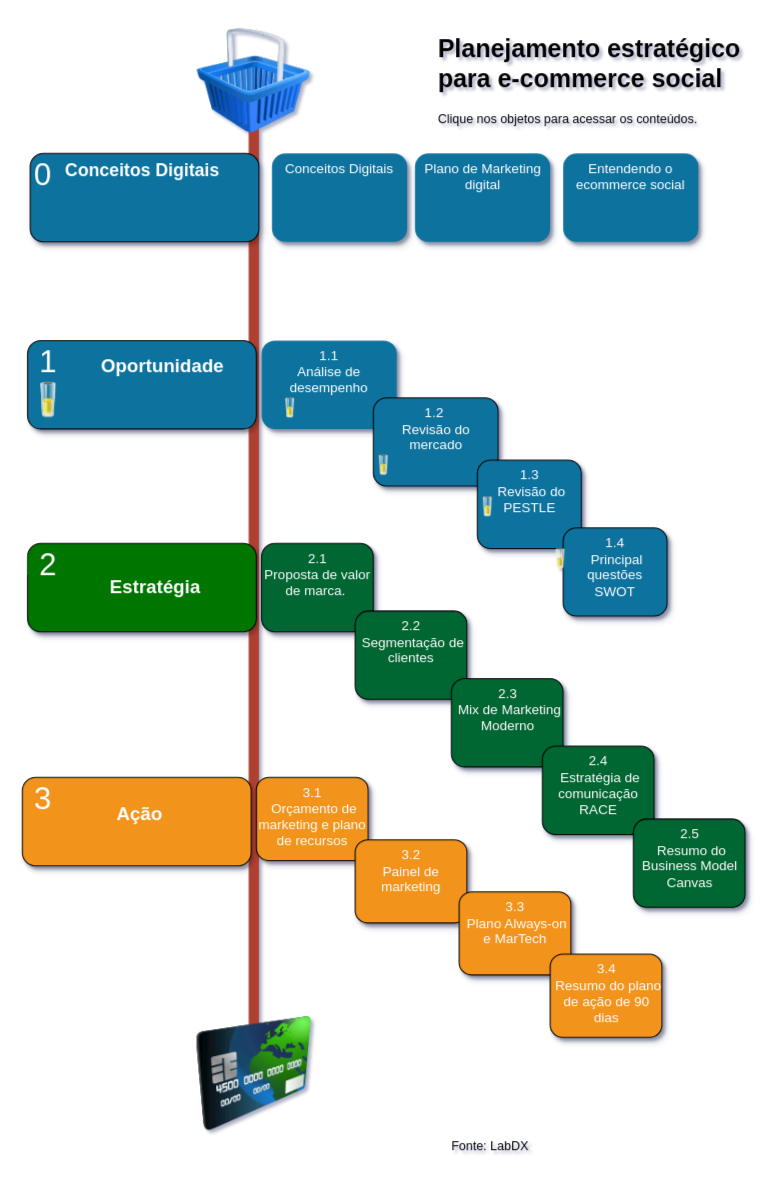
Earlier version of the draw.io diagram diagramas/esquemaEC.drawio (BrunoMRTZ/labcx). Source tidied: cells renumbered, new cells numbered last; positions are measured from the earlier drawing's top-left corner, leaving out a move shared by most shapes. Both pictures are drawn from the tidied source at 104%, with x=0, y=0 at pixel (22, 28).
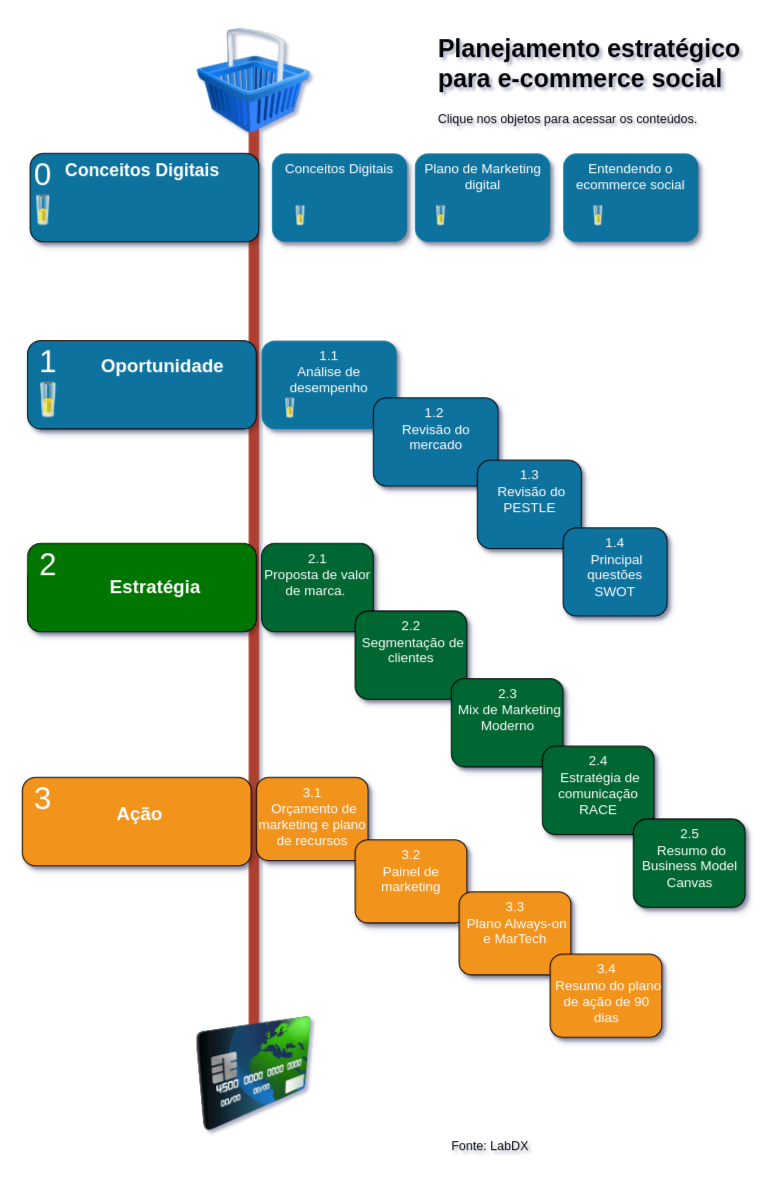
The same page after the edit.

Change to the diagram source:
```diff
@@
     <mxCell id="19" style="image;html=1;image=img/lib/clip_art/general/Battery_50_128x128.png;strokeColor=default;" parent="1" vertex="1">
-      <mxGeometry x="337.5" y="410" width="20" height="20" as="geometry" />
+      <mxGeometry x="387.5" y="170" width="20" height="20" as="geometry" />
     </mxCell>
@@
-    <mxCell id="22" style="image;html=1;image=img/lib/clip_art/general/Battery_50_128x128.png;strokeColor=default;" parent="1" vertex="1">
-      <mxGeometry x="437.5" y="450" width="20" height="20" as="geometry" />
-    </mxCell>
-    <mxCell id="23" style="image;html=1;image=img/lib/clip_art/general/Battery_50_128x128.png;strokeColor=default;" parent="1" vertex="1">
-      <mxGeometry x="507.5" y="500" width="20" height="20" as="geometry" />
-    </mxCell>
@@
+    <mxCell id="36" value="Plano de Marketing digital" style="rounded=1;whiteSpace=wrap;html=1;strokeColor=none;strokeWidth=1;fillColor=#10739E;fontSize=13;fontColor=#FFFFFF;align=center;gradientColor=none;gradientDirection=east;verticalAlign=top;shadow=1;" parent="1" vertex="1">
+      <mxGeometry x="377.5" y="120" width="130" height="85" as="geometry" />
+    </mxCell>
@@
-    <mxCell id="36" value="Plano de Marketing digital" style="rounded=1;whiteSpace=wrap;html=1;strokeColor=none;strokeWidth=1;fillColor=#10739E;fontSize=13;fontColor=#FFFFFF;align=center;gradientColor=none;gradientDirection=east;verticalAlign=top;shadow=1;" parent="1" vertex="1">
-      <mxGeometry x="377.5" y="120" width="130" height="85" as="geometry" />
-    </mxCell>
@@
+    <mxCell id="39" style="image;html=1;image=img/lib/clip_art/general/Battery_50_128x128.png;strokeColor=default;" parent="1" vertex="1">
+      <mxGeometry x="257.5" y="170" width="20" height="20" as="geometry" />
+    </mxCell>
+    <mxCell id="40" style="image;html=1;image=img/lib/clip_art/general/Battery_50_128x128.png;strokeColor=default;" parent="1" vertex="1">
+      <mxGeometry x="392.5" y="170" width="20" height="20" as="geometry" />
+    </mxCell>
+    <mxCell id="41" style="image;html=1;image=img/lib/clip_art/general/Battery_50_128x128.png;strokeColor=default;" parent="1" vertex="1">
+      <mxGeometry x="543.8" y="170" width="20" height="20" as="geometry" />
+    </mxCell>
+    <mxCell id="42" style="image;html=1;image=img/lib/clip_art/general/Battery_50_128x128.png;strokeColor=default;" parent="1" vertex="1">
+      <mxGeometry x="10" y="160" width="20" height="30" as="geometry" />
+    </mxCell>
```
